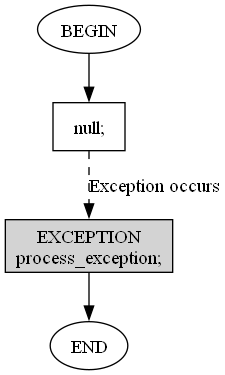
pydemo/plsql2dot keeps this Graphviz diagram as doex.png. Above is the earlier version. Its source is kept beside it as doex.dot.
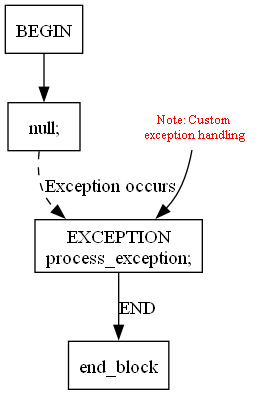
The same file after the commit.

The edit, as a diff of the source:
```diff
@@ -1,12 +1,14 @@
 digraph plsql_flow {
   node [shape=box];
 
-  start [label="BEGIN", shape=ellipse];
+  begin_block [label="BEGIN"];
   operation [label="null;"];
-  exception [label="EXCEPTION\nprocess_exception;", shape=box, style=filled, fillcolor=lightgrey];
-  end [label="END", shape=ellipse];
+  exception_block [label="EXCEPTION\nprocess_exception;"];
+  note [label="Note: Custom \nexception handling", shape=none, fontsize=10, fontcolor=red];
 
-  start -> operation;
-  operation -> exception [label="Exception occurs", style=dashed];
-  exception -> end;
+  begin_block -> operation;
+  operation -> exception_block [label="Exception occurs", style=dashed];
+  exception_block -> end_block [label="END"];
+
+  exception_block -> note [style=vis, weight=1000]; // High weight to pull them closer
 }
```
